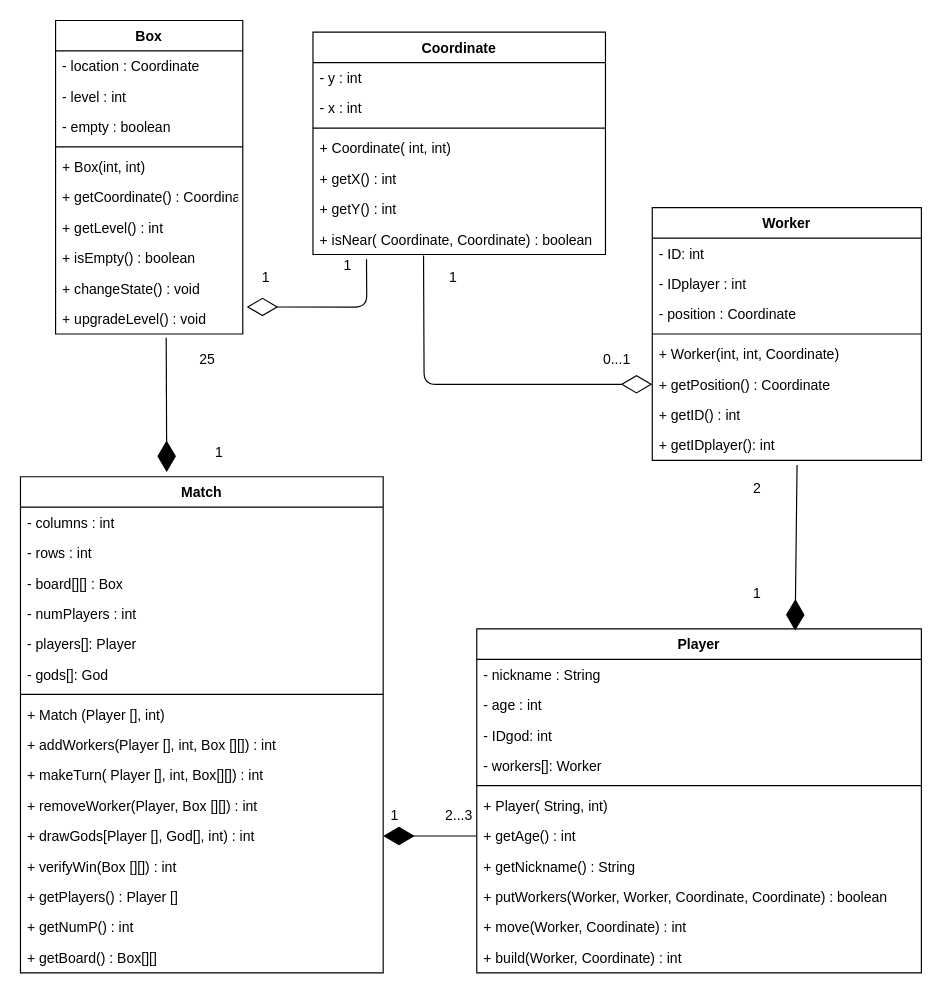
Above: UMLproject.drawio in MancoCarlo/MultiplayerGame_Santorini (draw.io), before the change. Source tidied: cells renumbered, new cells numbered last; positions are measured from the earlier drawing's top-left corner, leaving out a move shared by most shapes. Both pictures are drawn from the tidied source at 117%, with x=0, y=0 at pixel (20, 20).
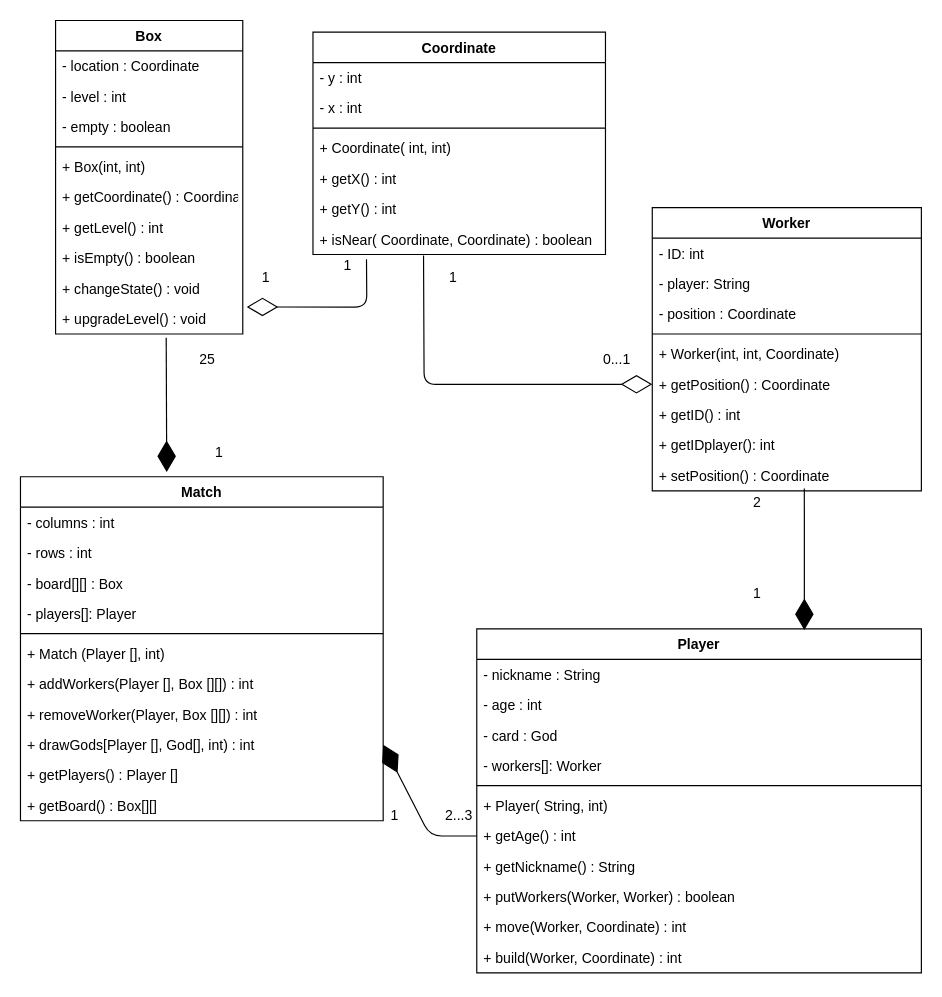
After the change.

The change refers to these unchanged cells:
```xml
<mxCell id="26" value="+ getIDplayer(): int" style="text;strokeColor=none;fillColor=none;align=left;verticalAlign=top;spacingLeft=4;spacingRight=4;overflow=hidden;points=[[0,0.5],[1,0.5]];portConstraint=eastwest;" parent="18" vertex="1">
  <mxGeometry y="190" width="230" height="26" as="geometry" />
</mxCell>
<mxCell id="35" value="Player" style="swimlane;fontStyle=1;align=center;verticalAlign=top;horizontal=1;startSize=26;fillColor=none;" parent="1" vertex="1">
  <mxGeometry x="390" y="520" width="380" height="294" as="geometry" />
</mxCell>
```

Change to the diagram source:
```diff
@@
-    <mxCell id="15" style="endArrow=diamondThin;endFill=1;endSize=24;html=1;exitX=0.538;exitY=1.154;exitDx=0;exitDy=0;exitPerimeter=0;entryX=0.716;entryY=0.005;entryDx=0;entryDy=0;entryPerimeter=0;" parent="1" edge="1" source="26" target="35">
-      <mxGeometry relative="1" as="geometry" />
+    <mxCell id="15" style="endArrow=diamondThin;endFill=1;endSize=24;html=1;exitX=0.565;exitY=0.923;exitDx=0;exitDy=0;exitPerimeter=0;" parent="1" edge="1" source="74">
+      <mxGeometry relative="1" as="geometry">
+        <mxPoint x="670" y="521" as="targetPoint" />
+      </mxGeometry>
     </mxCell>
@@
     <mxCell id="18" value="Worker" style="swimlane;fontStyle=1;align=center;verticalAlign=top;horizontal=1;startSize=26;fillColor=none;" parent="1" vertex="1">
-      <mxGeometry x="540" y="160" width="230" height="216" as="geometry" />
+      <mxGeometry x="540" y="160" width="230" height="242" as="geometry" />
     </mxCell>
@@
-    <mxCell id="20" value="- IDplayer : int" style="text;strokeColor=none;fillColor=none;align=left;verticalAlign=top;spacingLeft=4;spacingRight=4;overflow=hidden;" parent="18" vertex="1">
+    <mxCell id="20" value="- player: String&#10;" style="text;strokeColor=none;fillColor=none;align=left;verticalAlign=top;spacingLeft=4;spacingRight=4;overflow=hidden;" parent="18" vertex="1">
       <mxGeometry y="52" width="230" height="26" as="geometry" />
     </mxCell>
@@
+    <mxCell id="74" value="+ setPosition() : Coordinate" style="text;strokeColor=none;fillColor=none;align=left;verticalAlign=top;spacingLeft=4;spacingRight=4;overflow=hidden;points=[[0,0.5],[1,0.5]];portConstraint=eastwest;" parent="18" vertex="1">
+      <mxGeometry y="216" width="230" height="26" as="geometry" />
+    </mxCell>
@@
-    <mxCell id="38" value="- IDgod: int" style="text;strokeColor=none;fillColor=none;align=left;verticalAlign=top;spacingLeft=4;spacingRight=4;overflow=hidden;" parent="35" vertex="1">
+    <mxCell id="38" value="- card : God" style="text;strokeColor=none;fillColor=none;align=left;verticalAlign=top;spacingLeft=4;spacingRight=4;overflow=hidden;" parent="35" vertex="1">
       <mxGeometry y="78" width="380" height="26" as="geometry" />
     </mxCell>
@@
-    <mxCell id="44" value="+ putWorkers(Worker, Worker, Coordinate, Coordinate) : boolean " style="text;strokeColor=none;fillColor=none;align=left;verticalAlign=top;spacingLeft=4;spacingRight=4;overflow=hidden;" parent="35" vertex="1">
+    <mxCell id="44" value="+ putWorkers(Worker, Worker) : boolean " style="text;strokeColor=none;fillColor=none;align=left;verticalAlign=top;spacingLeft=4;spacingRight=4;overflow=hidden;" parent="35" vertex="1">
       <mxGeometry y="216" width="380" height="26" as="geometry" />
     </mxCell>
@@
     <mxCell id="47" value="Match" style="swimlane;fontStyle=1;align=center;verticalAlign=top;horizontal=1;startSize=26;fillColor=none;" parent="1" vertex="1">
-      <mxGeometry y="390" width="310" height="424" as="geometry" />
+      <mxGeometry y="390" width="310" height="294" as="geometry" />
     </mxCell>
@@
-    <mxCell id="51" value="- numPlayers : int" style="text;strokeColor=none;fillColor=none;align=left;verticalAlign=top;spacingLeft=4;spacingRight=4;overflow=hidden;" parent="47" vertex="1">
-      <mxGeometry y="104" width="310" height="26" as="geometry" />
-    </mxCell>
     <mxCell id="52" value="- players[]: Player" style="text;strokeColor=none;fillColor=none;align=left;verticalAlign=top;spacingLeft=4;spacingRight=4;overflow=hidden;" parent="47" vertex="1">
-      <mxGeometry y="130" width="310" height="26" as="geometry" />
+      <mxGeometry y="104" width="310" height="26" as="geometry" />
     </mxCell>
-    <mxCell id="53" value="- gods[]: God" style="text;strokeColor=none;fillColor=none;align=left;verticalAlign=top;spacingLeft=4;spacingRight=4;overflow=hidden;" parent="47" vertex="1">
-      <mxGeometry y="156" width="310" height="26" as="geometry" />
-    </mxCell>
     <mxCell id="54" style="line;strokeWidth=1;fillColor=none;align=left;verticalAlign=middle;spacingTop=-1;spacingLeft=3;spacingRight=3;labelPosition=right;" parent="47" vertex="1">
-      <mxGeometry y="182" width="310" height="8" as="geometry" />
+      <mxGeometry y="130" width="310" height="8" as="geometry" />
     </mxCell>
     <mxCell id="55" value="+ Match (Player [], int)" style="text;strokeColor=none;fillColor=none;align=left;verticalAlign=top;spacingLeft=4;spacingRight=4;overflow=hidden;" parent="47" vertex="1">
-      <mxGeometry y="190" width="310" height="26" as="geometry" />
+      <mxGeometry y="138" width="310" height="26" as="geometry" />
     </mxCell>
-    <mxCell id="56" value="+ addWorkers(Player [], int, Box [][]) : int" style="text;strokeColor=none;fillColor=none;align=left;verticalAlign=top;spacingLeft=4;spacingRight=4;overflow=hidden;" parent="47" vertex="1">
-      <mxGeometry y="216" width="310" height="26" as="geometry" />
+    <mxCell id="56" value="+ addWorkers(Player [], Box [][]) : int" style="text;strokeColor=none;fillColor=none;align=left;verticalAlign=top;spacingLeft=4;spacingRight=4;overflow=hidden;" parent="47" vertex="1">
+      <mxGeometry y="164" width="310" height="26" as="geometry" />
     </mxCell>
-    <mxCell id="57" value="+ makeTurn( Player [], int, Box[][]) : int  " style="text;strokeColor=none;fillColor=none;align=left;verticalAlign=top;spacingLeft=4;spacingRight=4;overflow=hidden;" parent="47" vertex="1">
-      <mxGeometry y="242" width="310" height="26" as="geometry" />
-    </mxCell>
     <mxCell id="58" value="+ removeWorker(Player, Box [][]) : int" style="text;strokeColor=none;fillColor=none;align=left;verticalAlign=top;spacingLeft=4;spacingRight=4;overflow=hidden;" parent="47" vertex="1">
-      <mxGeometry y="268" width="310" height="26" as="geometry" />
+      <mxGeometry y="190" width="310" height="26" as="geometry" />
     </mxCell>
     <mxCell id="59" value="+ drawGods[Player [], God[], int) : int" style="text;strokeColor=none;fillColor=none;align=left;verticalAlign=top;spacingLeft=4;spacingRight=4;overflow=hidden;points=[[0,0.5],[1,0.5]];portConstraint=eastwest;" parent="47" vertex="1">
-      <mxGeometry y="294" width="310" height="26" as="geometry" />
+      <mxGeometry y="216" width="310" height="26" as="geometry" />
     </mxCell>
-    <mxCell id="60" value="+ verifyWin(Box [][]) : int" style="text;strokeColor=none;fillColor=none;align=left;verticalAlign=top;spacingLeft=4;spacingRight=4;overflow=hidden;" parent="47" vertex="1">
-      <mxGeometry y="320" width="310" height="26" as="geometry" />
-    </mxCell>
     <mxCell id="61" value="+ getPlayers() : Player []" style="text;strokeColor=none;fillColor=none;align=left;verticalAlign=top;spacingLeft=4;spacingRight=4;overflow=hidden;" parent="47" vertex="1">
-      <mxGeometry y="346" width="310" height="26" as="geometry" />
+      <mxGeometry y="242" width="310" height="26" as="geometry" />
     </mxCell>
-    <mxCell id="62" value="+ getNumP() : int" style="text;strokeColor=none;fillColor=none;align=left;verticalAlign=top;spacingLeft=4;spacingRight=4;overflow=hidden;" parent="47" vertex="1">
-      <mxGeometry y="372" width="310" height="26" as="geometry" />
-    </mxCell>
     <mxCell id="63" value="+ getBoard() : Box[][]" style="text;strokeColor=none;fillColor=none;align=left;verticalAlign=top;spacingLeft=4;spacingRight=4;overflow=hidden;" parent="47" vertex="1">
-      <mxGeometry y="398" width="310" height="26" as="geometry" />
+      <mxGeometry y="268" width="310" height="26" as="geometry" />
     </mxCell>
     <mxCell id="64" value="2" style="text;html=1;strokeColor=none;fillColor=none;align=center;verticalAlign=middle;whiteSpace=wrap;rounded=0;" parent="1" vertex="1">
-      <mxGeometry x="610" y="390" width="40" height="20" as="geometry" />
+      <mxGeometry x="610" y="402" width="40" height="20" as="geometry" />
     </mxCell>
```
